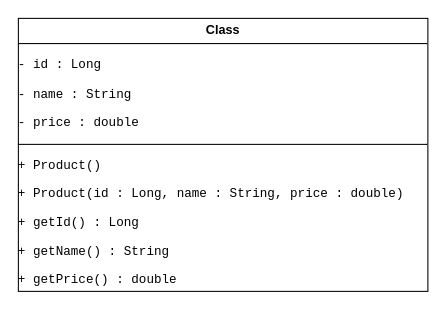
The draw.io diagram page "Page-3" (3 of 4) of docs/uml/Product.drawio in kavindiR/products-api, before the edit. Source tidied: cells renumbered, new cells numbered last; positions are measured from the earlier drawing's top-left corner, leaving out a move shared by most shapes. Both pictures are drawn from the tidied source at 105%, with x=0, y=0 at pixel (18, 18).
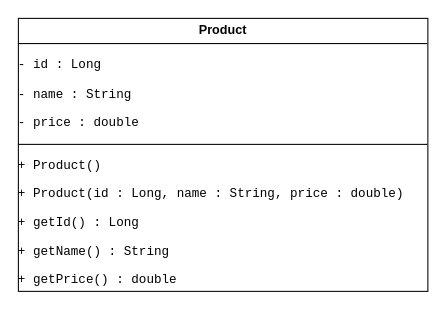
The same diagram, later.

Commit message (it also covers changes not shown here):
Add Customer and Address UML class diagram

What changed in the source:
```diff
@@
 <mxGraphModel>
   <root>
     <mxCell id="0" />
     <mxCell id="1" parent="0" />
-    <mxCell id="2" value="&lt;p style=&quot;margin:0px;margin-top:4px;text-align:center;&quot;&gt;&lt;b&gt;Class&lt;/b&gt;&lt;/p&gt;&lt;hr size=&quot;1&quot; style=&quot;border-style:solid;&quot;&gt;&lt;p&gt;&lt;code&gt;- id : Long&lt;/code&gt;&lt;/p&gt;&lt;p&gt;&lt;code&gt;- name : String&lt;/code&gt;&lt;/p&gt;&lt;p&gt;&lt;code&gt;- price : double&lt;/code&gt;&lt;/p&gt;&lt;hr size=&quot;1&quot; style=&quot;border-style:solid;&quot;&gt;&lt;p&gt;&lt;code&gt;+ Product()&lt;/code&gt;&lt;/p&gt;&lt;p&gt;&lt;code&gt;+ Product(id : Long, name : String, price : double)&lt;/code&gt;&lt;/p&gt;&lt;p&gt;&lt;code&gt;+ getId() : Long&lt;/code&gt;&lt;/p&gt;&lt;p&gt;&lt;code&gt;+ getName() : String&lt;/code&gt;&lt;/p&gt;&lt;p&gt;&lt;code&gt;+ getPrice() : double&lt;/code&gt;&lt;/p&gt;" style="verticalAlign=top;align=left;overflow=fill;html=1;whiteSpace=wrap;" parent="1" vertex="1">
+    <mxCell id="2" value="&lt;p style=&quot;margin:0px;margin-top:4px;text-align:center;&quot;&gt;&lt;b&gt;Product&lt;/b&gt;&lt;/p&gt;&lt;hr size=&quot;1&quot; style=&quot;border-style:solid;&quot;&gt;&lt;p&gt;&lt;code&gt;- id : Long&lt;/code&gt;&lt;/p&gt;&lt;p&gt;&lt;code&gt;- name : String&lt;/code&gt;&lt;/p&gt;&lt;p&gt;&lt;code&gt;- price : double&lt;/code&gt;&lt;/p&gt;&lt;hr size=&quot;1&quot; style=&quot;border-style:solid;&quot;&gt;&lt;p&gt;&lt;code&gt;+ Product()&lt;/code&gt;&lt;/p&gt;&lt;p&gt;&lt;code&gt;+ Product(id : Long, name : String, price : double)&lt;/code&gt;&lt;/p&gt;&lt;p&gt;&lt;code&gt;+ getId() : Long&lt;/code&gt;&lt;/p&gt;&lt;p&gt;&lt;code&gt;+ getName() : String&lt;/code&gt;&lt;/p&gt;&lt;p&gt;&lt;code&gt;+ getPrice() : double&lt;/code&gt;&lt;/p&gt;" style="verticalAlign=top;align=left;overflow=fill;html=1;whiteSpace=wrap;" parent="1" vertex="1">
       <mxGeometry width="390" height="260" as="geometry" />
     </mxCell>
   </root>
 </mxGraphModel>
```
